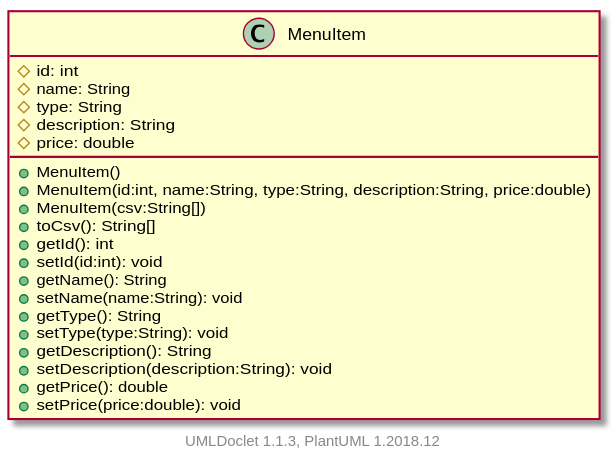
Earlier version of the PlantUML export projects/oodp/html/umlversion/uml/sg.edu.ntu.scse.cz2002.objects.menuitem.MenuItem.svg (itachi1706/How-to-use-Git-NTUSCSE1819-Site).
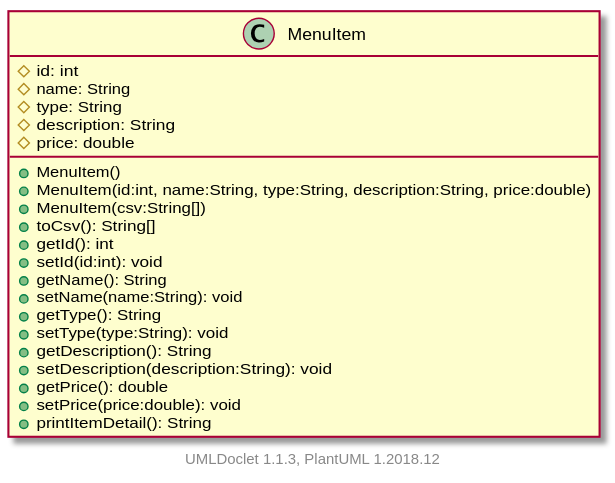
Above is the later version.

Change to the diagram source:
```diff
@@ -20,6 +20,7 @@
         +setDescription(description:String): void
         +getPrice(): double
         +setPrice(price:double): void
+        +printItemDetail(): String
     }
 
 
```
